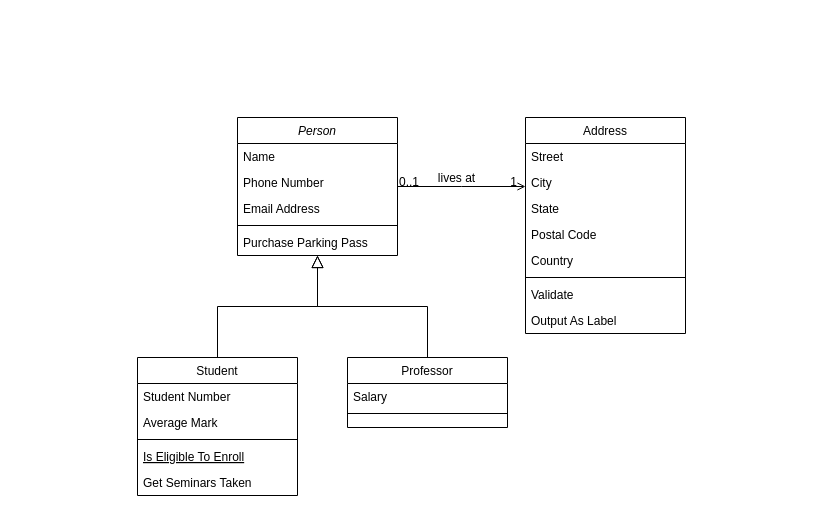
Before: Untitled Diagram.drawio in shobi1319/UML-class-diagram, a draw.io diagram. Source tidied: cells renumbered, new cells numbered last; positions are measured from the earlier drawing's top-left corner, leaving out a move shared by most shapes. Both pictures are drawn from the tidied source at 100%, with x=0, y=0 at pixel (137, 117).
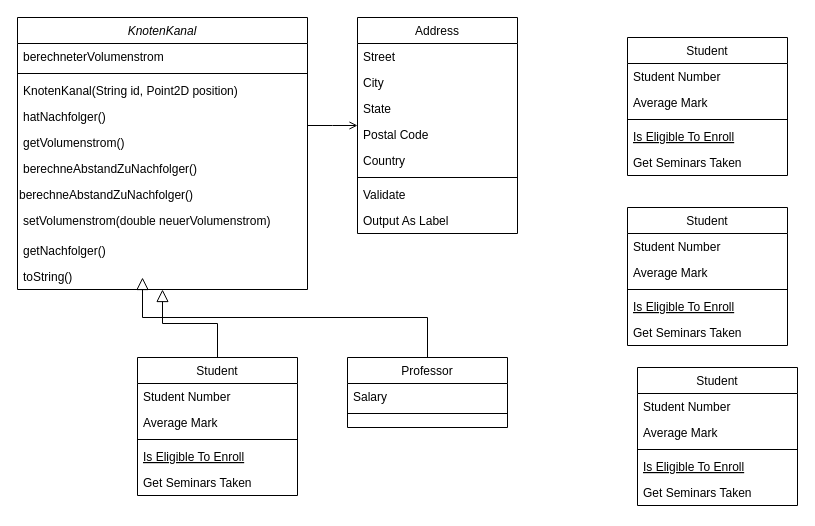
Above is the later version.

Unchanged cells that the change refers to:
```xml
<mxCell id="15" value="Professor" style="swimlane;fontStyle=0;align=center;verticalAlign=top;horizontal=1;startSize=26;rounded=0;shadow=0;strokeWidth=1;" parent="1" vertex="1">
  <mxGeometry x="210" y="240" width="160" height="70" as="geometry" />
</mxCell>
<mxCell id="28" style="endArrow=open;shadow=0;strokeWidth=1;rounded=0;endFill=1;edgeStyle=elbowEdgeStyle;elbow=vertical;" parent="1" edge="1" source="2" target="19">
  <mxGeometry x="0.5" y="41" relative="1" as="geometry">
    <mxPoint x="-40" y="32" as="offset" />
  </mxGeometry>
</mxCell>
```

The edit, as a diff of the source:
```diff
@@
-    <mxCell id="2" value="Person" style="swimlane;fontStyle=2;align=center;verticalAlign=top;horizontal=1;startSize=26;rounded=0;shadow=0;strokeWidth=1;" parent="1" vertex="1">
-      <mxGeometry x="100" width="160" height="138" as="geometry" />
+    <mxCell id="2" value="KnotenKanal" style="swimlane;fontStyle=2;align=center;verticalAlign=top;horizontal=1;startSize=26;rounded=0;shadow=0;strokeWidth=1;" parent="1" vertex="1">
+      <mxGeometry x="-120" y="-100" width="290" height="272" as="geometry" />
     </mxCell>
+    <mxCell id="7" value="berechneterVolumenstrom" style="text;align=left;verticalAlign=top;spacingLeft=4;spacingRight=4;overflow=hidden;" parent="2" vertex="1">
+      <mxGeometry y="26" width="290" height="26" as="geometry" />
+    </mxCell>
+    <mxCell id="6" style="line;html=1;strokeWidth=1;align=left;verticalAlign=middle;spacingTop=-1;spacingLeft=3;spacingRight=3;labelPosition=right;" parent="2" vertex="1">
+      <mxGeometry y="52" width="290" height="8" as="geometry" />
+    </mxCell>
-    <mxCell id="3" value="Name" style="text;align=left;verticalAlign=top;spacingLeft=4;spacingRight=4;overflow=hidden;" parent="2" vertex="1">
-      <mxGeometry y="26" width="160" height="26" as="geometry" />
+    <mxCell id="3" value="KnotenKanal(String id, Point2D position)" style="text;align=left;verticalAlign=top;spacingLeft=4;spacingRight=4;overflow=hidden;" parent="2" vertex="1">
+      <mxGeometry y="60" width="290" height="26" as="geometry" />
     </mxCell>
-    <mxCell id="4" value="Phone Number" style="text;align=left;verticalAlign=top;spacingLeft=4;spacingRight=4;overflow=hidden;rounded=0;shadow=0;html=0;" parent="2" vertex="1">
-      <mxGeometry y="52" width="160" height="26" as="geometry" />
+    <mxCell id="4" value="hatNachfolger()" style="text;align=left;verticalAlign=top;spacingLeft=4;spacingRight=4;overflow=hidden;rounded=0;shadow=0;html=0;" parent="2" vertex="1">
+      <mxGeometry y="86" width="290" height="26" as="geometry" />
     </mxCell>
-    <mxCell id="5" value="Email Address" style="text;align=left;verticalAlign=top;spacingLeft=4;spacingRight=4;overflow=hidden;rounded=0;shadow=0;html=0;" parent="2" vertex="1">
-      <mxGeometry y="78" width="160" height="26" as="geometry" />
+    <mxCell id="5" value="getVolumenstrom()" style="text;align=left;verticalAlign=top;spacingLeft=4;spacingRight=4;overflow=hidden;rounded=0;shadow=0;html=0;" parent="2" vertex="1">
+      <mxGeometry y="112" width="290" height="26" as="geometry" />
     </mxCell>
-    <mxCell id="6" style="line;html=1;strokeWidth=1;align=left;verticalAlign=middle;spacingTop=-1;spacingLeft=3;spacingRight=3;labelPosition=right;" parent="2" vertex="1">
-      <mxGeometry y="104" width="160" height="8" as="geometry" />
-    </mxCell>
-    <mxCell id="7" value="Purchase Parking Pass" style="text;align=left;verticalAlign=top;spacingLeft=4;spacingRight=4;overflow=hidden;" parent="2" vertex="1">
-      <mxGeometry y="112" width="160" height="26" as="geometry" />
-    </mxCell>
+    <mxCell id="32" value="berechneAbstandZuNachfolger()" style="text;align=left;verticalAlign=top;spacingLeft=4;spacingRight=4;overflow=hidden;rounded=0;shadow=0;html=0;" parent="2" vertex="1">
+      <mxGeometry y="138" width="290" height="26" as="geometry" />
+    </mxCell>
+    <mxCell id="33" value="berechneAbstandZuNachfolger()" style="text;whiteSpace=wrap;html=1;" parent="2" vertex="1">
+      <mxGeometry y="164" width="290" height="26" as="geometry" />
+    </mxCell>
+    <mxCell id="34" value="setVolumenstrom(double neuerVolumenstrom)" style="text;align=left;verticalAlign=top;spacingLeft=4;spacingRight=4;overflow=hidden;rounded=0;shadow=0;html=0;" parent="2" vertex="1">
+      <mxGeometry y="190" width="290" height="30" as="geometry" />
+    </mxCell>
+    <mxCell id="35" value="getNachfolger()" style="text;align=left;verticalAlign=top;spacingLeft=4;spacingRight=4;overflow=hidden;rounded=0;shadow=0;html=0;" parent="2" vertex="1">
+      <mxGeometry y="220" width="290" height="26" as="geometry" />
+    </mxCell>
+    <mxCell id="36" value="toString()" style="text;align=left;verticalAlign=top;spacingLeft=4;spacingRight=4;overflow=hidden;rounded=0;shadow=0;html=0;" parent="2" vertex="1">
+      <mxGeometry y="246" width="290" height="26" as="geometry" />
+    </mxCell>
@@
-    <mxCell id="18" style="endArrow=block;endSize=10;endFill=0;shadow=0;strokeWidth=1;rounded=0;edgeStyle=elbowEdgeStyle;elbow=vertical;" parent="1" edge="1" source="15" target="2">
-      <mxGeometry relative="1" as="geometry" />
+    <mxCell id="18" style="endArrow=block;endSize=10;endFill=0;shadow=0;strokeWidth=1;rounded=0;edgeStyle=elbowEdgeStyle;elbow=vertical;" parent="1" edge="1" source="15">
+      <mxGeometry relative="1" as="geometry">
+        <mxPoint x="5" y="160" as="targetPoint" />
+      </mxGeometry>
     </mxCell>
     <mxCell id="19" value="Address" style="swimlane;fontStyle=0;align=center;verticalAlign=top;horizontal=1;startSize=26;rounded=0;shadow=0;strokeWidth=1;" parent="1" vertex="1">
-      <mxGeometry x="388" width="160" height="216" as="geometry" />
+      <mxGeometry x="220" y="-100" width="160" height="216" as="geometry" />
     </mxCell>
@@
-    <mxCell id="29" value="0..1" style="align=left;verticalAlign=bottom;labelBackgroundColor=none;fontSize=12;" parent="28" vertex="1">
-      <mxGeometry x="-1" relative="1" as="geometry">
-        <mxPoint y="4" as="offset" />
-      </mxGeometry>
-    </mxCell>
-    <mxCell id="30" value="1" style="align=right;verticalAlign=bottom;labelBackgroundColor=none;fontSize=12;" parent="28" vertex="1">
-      <mxGeometry x="1" relative="1" as="geometry">
-        <mxPoint x="-7" y="4" as="offset" />
-      </mxGeometry>
-    </mxCell>
-    <mxCell id="31" value="lives at" style="text;html=1;align=center;verticalAlign=middle;labelBackgroundColor=none;rounded=0;shadow=0;strokeWidth=1;fontSize=12;" parent="28" vertex="1">
-      <mxGeometry x="0.5" y="49" relative="1" as="geometry">
-        <mxPoint x="-38" y="40" as="offset" />
-      </mxGeometry>
-    </mxCell>
+    <mxCell id="37" value="Student" style="swimlane;fontStyle=0;align=center;verticalAlign=top;horizontal=1;startSize=26;rounded=0;shadow=0;strokeWidth=1;" parent="1" vertex="1">
+      <mxGeometry x="490" y="-80" width="160" height="138" as="geometry" />
+    </mxCell>
+    <mxCell id="38" value="Student Number" style="text;align=left;verticalAlign=top;spacingLeft=4;spacingRight=4;overflow=hidden;" parent="37" vertex="1">
+      <mxGeometry y="26" width="160" height="26" as="geometry" />
+    </mxCell>
+    <mxCell id="39" value="Average Mark" style="text;align=left;verticalAlign=top;spacingLeft=4;spacingRight=4;overflow=hidden;rounded=0;shadow=0;html=0;" parent="37" vertex="1">
+      <mxGeometry y="52" width="160" height="26" as="geometry" />
+    </mxCell>
+    <mxCell id="40" style="line;html=1;strokeWidth=1;align=left;verticalAlign=middle;spacingTop=-1;spacingLeft=3;spacingRight=3;labelPosition=right;" parent="37" vertex="1">
+      <mxGeometry y="78" width="160" height="8" as="geometry" />
+    </mxCell>
+    <mxCell id="41" value="Is Eligible To Enroll" style="text;align=left;verticalAlign=top;spacingLeft=4;spacingRight=4;overflow=hidden;fontStyle=4;" parent="37" vertex="1">
+      <mxGeometry y="86" width="160" height="26" as="geometry" />
+    </mxCell>
+    <mxCell id="42" value="Get Seminars Taken" style="text;align=left;verticalAlign=top;spacingLeft=4;spacingRight=4;overflow=hidden;" parent="37" vertex="1">
+      <mxGeometry y="112" width="160" height="26" as="geometry" />
+    </mxCell>
+    <mxCell id="43" value="Student" style="swimlane;fontStyle=0;align=center;verticalAlign=top;horizontal=1;startSize=26;rounded=0;shadow=0;strokeWidth=1;" parent="1" vertex="1">
+      <mxGeometry x="490" y="90" width="160" height="138" as="geometry" />
+    </mxCell>
+    <mxCell id="44" value="Student Number" style="text;align=left;verticalAlign=top;spacingLeft=4;spacingRight=4;overflow=hidden;" parent="43" vertex="1">
+      <mxGeometry y="26" width="160" height="26" as="geometry" />
+    </mxCell>
+    <mxCell id="45" value="Average Mark" style="text;align=left;verticalAlign=top;spacingLeft=4;spacingRight=4;overflow=hidden;rounded=0;shadow=0;html=0;" parent="43" vertex="1">
+      <mxGeometry y="52" width="160" height="26" as="geometry" />
+    </mxCell>
+    <mxCell id="46" style="line;html=1;strokeWidth=1;align=left;verticalAlign=middle;spacingTop=-1;spacingLeft=3;spacingRight=3;labelPosition=right;" parent="43" vertex="1">
+      <mxGeometry y="78" width="160" height="8" as="geometry" />
+    </mxCell>
+    <mxCell id="47" value="Is Eligible To Enroll" style="text;align=left;verticalAlign=top;spacingLeft=4;spacingRight=4;overflow=hidden;fontStyle=4;" parent="43" vertex="1">
+      <mxGeometry y="86" width="160" height="26" as="geometry" />
+    </mxCell>
+    <mxCell id="48" value="Get Seminars Taken" style="text;align=left;verticalAlign=top;spacingLeft=4;spacingRight=4;overflow=hidden;" parent="43" vertex="1">
+      <mxGeometry y="112" width="160" height="26" as="geometry" />
+    </mxCell>
+    <mxCell id="49" value="Student" style="swimlane;fontStyle=0;align=center;verticalAlign=top;horizontal=1;startSize=26;rounded=0;shadow=0;strokeWidth=1;" parent="1" vertex="1">
+      <mxGeometry x="500" y="250" width="160" height="138" as="geometry" />
+    </mxCell>
+    <mxCell id="50" value="Student Number" style="text;align=left;verticalAlign=top;spacingLeft=4;spacingRight=4;overflow=hidden;" parent="49" vertex="1">
+      <mxGeometry y="26" width="160" height="26" as="geometry" />
+    </mxCell>
+    <mxCell id="51" value="Average Mark" style="text;align=left;verticalAlign=top;spacingLeft=4;spacingRight=4;overflow=hidden;rounded=0;shadow=0;html=0;" parent="49" vertex="1">
+      <mxGeometry y="52" width="160" height="26" as="geometry" />
+    </mxCell>
+    <mxCell id="52" style="line;html=1;strokeWidth=1;align=left;verticalAlign=middle;spacingTop=-1;spacingLeft=3;spacingRight=3;labelPosition=right;" parent="49" vertex="1">
+      <mxGeometry y="78" width="160" height="8" as="geometry" />
+    </mxCell>
+    <mxCell id="53" value="Is Eligible To Enroll" style="text;align=left;verticalAlign=top;spacingLeft=4;spacingRight=4;overflow=hidden;fontStyle=4;" parent="49" vertex="1">
+      <mxGeometry y="86" width="160" height="26" as="geometry" />
+    </mxCell>
+    <mxCell id="54" value="Get Seminars Taken" style="text;align=left;verticalAlign=top;spacingLeft=4;spacingRight=4;overflow=hidden;" parent="49" vertex="1">
+      <mxGeometry y="112" width="160" height="26" as="geometry" />
+    </mxCell>
```
